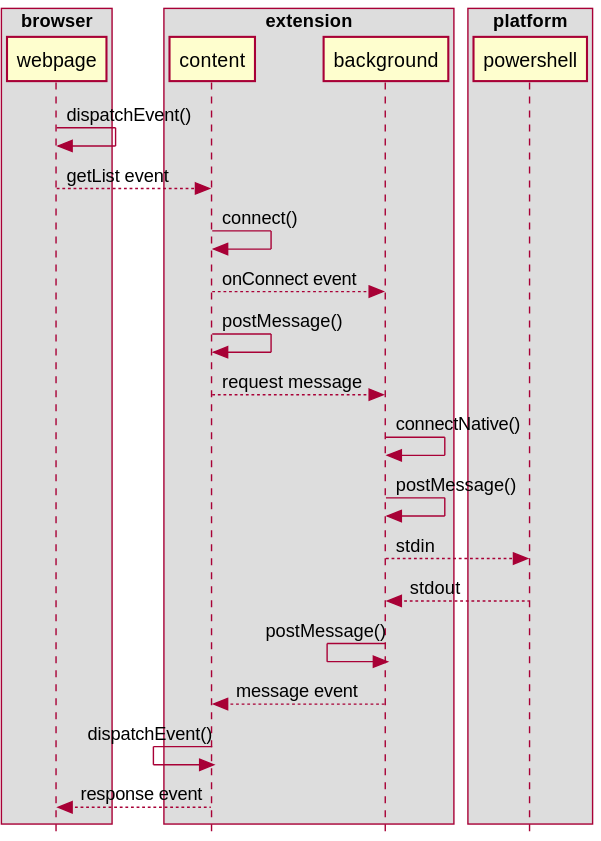
The PlantUML diagram out/sequence/communication.svg in ttappr/powershell-interactor, before a commit.
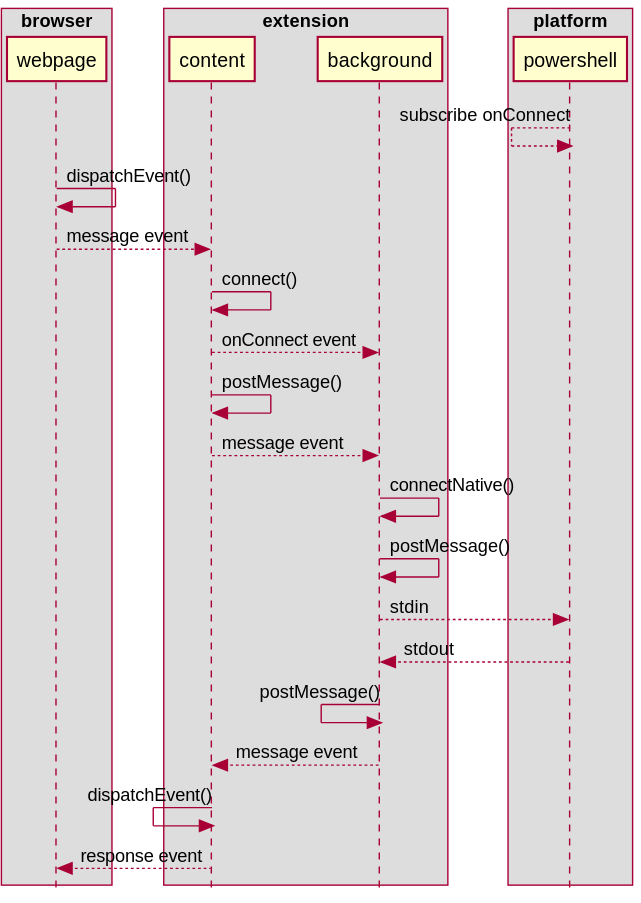
The same diagram one commit later.

Diff of the diagram source:
```diff
@@ -13,13 +13,15 @@
     participant powershell as P
 end box
 
+P <-- P: subscribe onConnect
+
 W -> W: dispatchEvent()
-W --> C: getList event
+W --> C: message event
 
 C -> C: connect()
 C --> B: onConnect event
 C -> C: postMessage()
-C --> B: request message
+C --> B: message event
 
 B -> B: connectNative()
 B -> B: postMessage()
```
